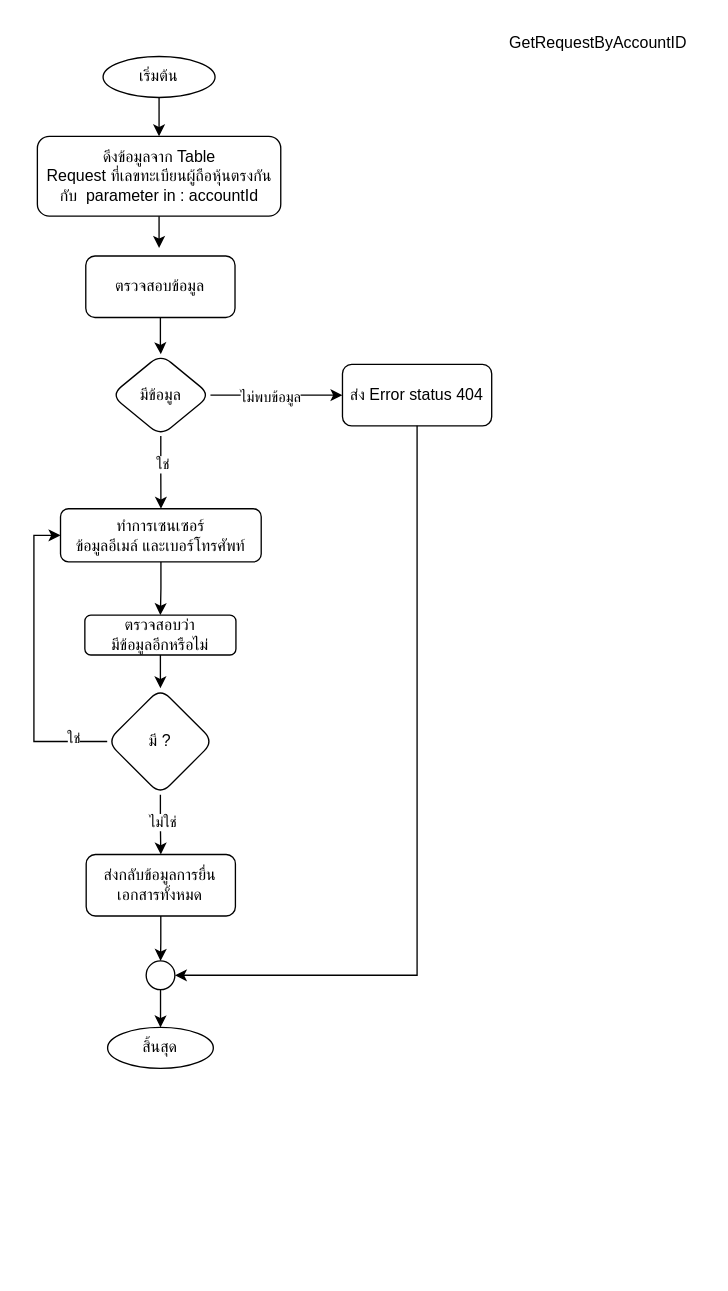
Earlier version of the draw.io diagram getRequestByCitizen.drawio (charifrodmanee/charifrodmanee). Source tidied: cells renumbered, new cells numbered last; positions are measured from the earlier drawing's top-left corner, leaving out a move shared by most shapes. Both pictures are drawn from the tidied source at 133%, with x=0, y=0 at pixel (33, 23).
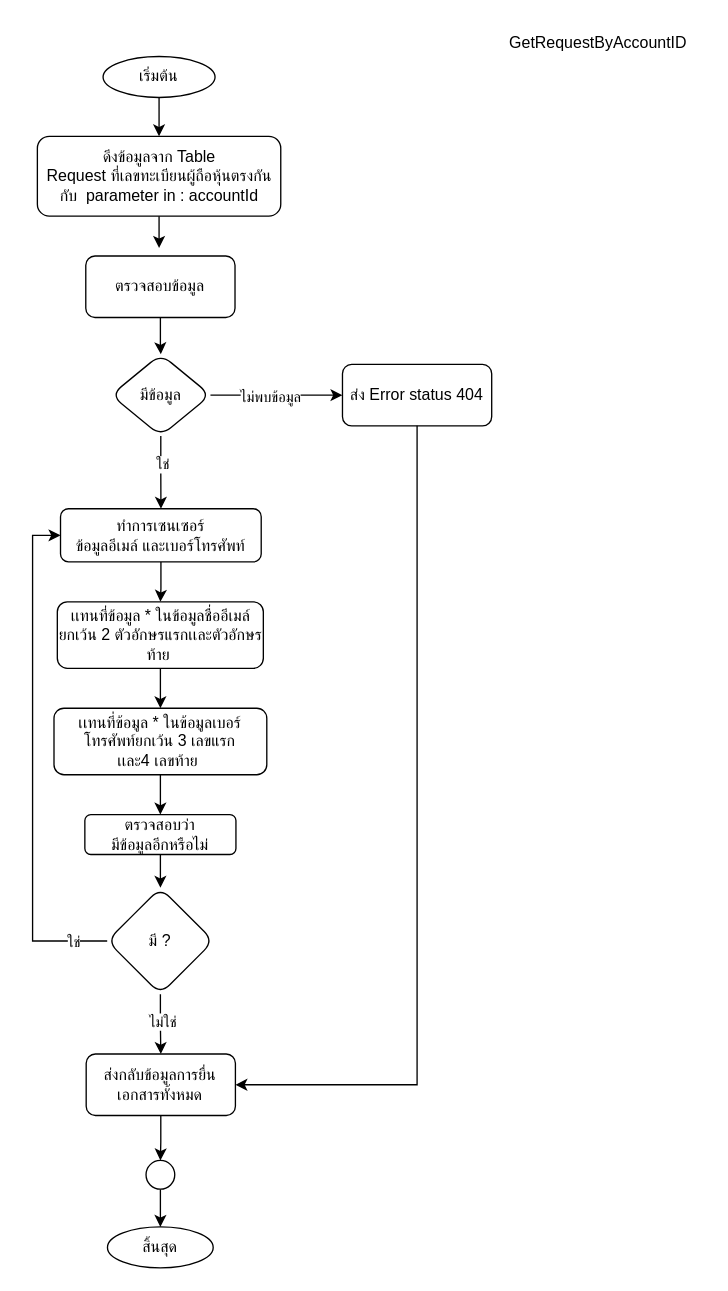
Above is the later version.

The change refers to these unchanged cells:
```xml
<mxCell id="9" value="มีข้อมูล" style="rhombus;whiteSpace=wrap;html=1;rounded=1;" parent="1" vertex="1">
  <mxGeometry x="58" y="248.8" width="74.8" height="61.5" as="geometry" />
</mxCell>
<mxCell id="10" value="ส่ง Error status 404" style="whiteSpace=wrap;html=1;rounded=1;" parent="1" vertex="1">
  <mxGeometry x="232" y="256.5" width="112.2" height="46.2" as="geometry" />
</mxCell>
<mxCell id="20" style="ellipse;whiteSpace=wrap;html=1;" parent="17" vertex="1">
  <mxGeometry x="29" width="21.6" height="21.6" as="geometry" />
</mxCell>
```

The edit, as a diff of the source:
```diff
@@
+    <mxCell id="15" value="ตรวจสอบข้อมูล" style="whiteSpace=wrap;html=1;rounded=1;" parent="1" vertex="1">
+      <mxGeometry x="39" y="175" width="112.2" height="46.2" as="geometry" />
+    </mxCell>
+    <mxCell id="16" style="edgeStyle=orthogonalEdgeStyle;rounded=0;jettySize=auto;html=1;endArrow=classic;endFill=1;" parent="1" edge="1" source="15" target="9">
+      <mxGeometry relative="1" as="geometry" />
+    </mxCell>
+    <mxCell id="21" style="edgeStyle=orthogonalEdgeStyle;rounded=0;jettySize=auto;html=1;entryX=1;entryY=0.5;entryDx=0;entryDy=0;endArrow=classic;endFill=1;" parent="1" edge="1" source="10" target="13">
+      <mxGeometry relative="1" as="geometry">
+        <Array as="points">
+          <mxPoint x="288" y="798" />
+        </Array>
+      </mxGeometry>
+    </mxCell>
+    <mxCell id="31" style="edgeStyle=orthogonalEdgeStyle;rounded=0;jettySize=auto;html=1;" parent="1" edge="1" source="23" target="34">
+      <mxGeometry relative="1" as="geometry" />
+    </mxCell>
+    <mxCell id="23" value="ทำการเซนเซอร์&lt;br&gt;ข้อมูลอีเมล์ และเบอร์โทรศัพท์" style="whiteSpace=wrap;html=1;rounded=1;" parent="1" vertex="1">
+      <mxGeometry x="20" y="365" width="150.9" height="40" as="geometry" />
+    </mxCell>
+    <mxCell id="28" style="edgeStyle=orthogonalEdgeStyle;rounded=0;jettySize=auto;html=1;entryX=0;entryY=0.5;entryDx=0;entryDy=0;" parent="1" edge="1" source="30" target="23">
+      <mxGeometry relative="1" as="geometry">
+        <Array as="points">
+          <mxPoint x="-1" y="690" />
+          <mxPoint x="-1" y="385" />
+        </Array>
+      </mxGeometry>
+    </mxCell>
+    <mxCell id="29" value="ใช่" style="edgeLabel;html=1;align=center;verticalAlign=middle;" parent="28" vertex="1">
+      <mxGeometry x="-0.77" y="-3" relative="1" as="geometry">
+        <mxPoint x="18" y="3" as="offset" />
+      </mxGeometry>
+    </mxCell>
+    <mxCell id="32" style="group;" parent="1" vertex="1">
+      <mxGeometry x="38.3" y="595" width="113.6" height="340.8" as="geometry" />
+    </mxCell>
-    <mxCell id="13" value="ส่งกลับข้อมูลการยื่นเอกสารทั้งหมด" style="whiteSpace=wrap;html=1;rounded=1;" parent="1" vertex="1">
-      <mxGeometry x="39.3" y="625" width="112.2" height="46.2" as="geometry" />
+    <mxCell id="13" value="ส่งกลับข้อมูลการยื่นเอกสารทั้งหมด" style="whiteSpace=wrap;html=1;rounded=1;" parent="32" vertex="1">
+      <mxGeometry x="1" y="180" width="112.2" height="46.2" as="geometry" />
     </mxCell>
-    <mxCell id="14" style="edgeStyle=orthogonalEdgeStyle;rounded=0;jettySize=auto;html=1;endArrow=classic;endFill=1;" parent="1" edge="1" source="13" target="20">
+    <mxCell id="14" style="edgeStyle=orthogonalEdgeStyle;rounded=0;jettySize=auto;html=1;endArrow=classic;endFill=1;" parent="32" edge="1" source="13" target="20">
       <mxGeometry relative="1" as="geometry" />
     </mxCell>
-    <mxCell id="15" value="ตรวจสอบข้อมูล" style="whiteSpace=wrap;html=1;rounded=1;" parent="1" vertex="1">
-      <mxGeometry x="39" y="175" width="112.2" height="46.2" as="geometry" />
-    </mxCell>
-    <mxCell id="16" style="edgeStyle=orthogonalEdgeStyle;rounded=0;jettySize=auto;html=1;endArrow=classic;endFill=1;" parent="1" edge="1" source="15" target="9">
-      <mxGeometry relative="1" as="geometry" />
-    </mxCell>
-    <mxCell id="17" style="group;" parent="1" vertex="1">
-      <mxGeometry x="55.4" y="705" width="79.5" height="80.8" as="geometry" />
+    <mxCell id="17" style="group;" parent="32" vertex="1">
+      <mxGeometry x="17" y="260" width="79.5" height="80.8" as="geometry" />
     </mxCell>
@@
-    <mxCell id="21" style="edgeStyle=orthogonalEdgeStyle;rounded=0;jettySize=auto;html=1;entryX=1;entryY=0.5;entryDx=0;entryDy=0;endArrow=classic;endFill=1;" parent="1" edge="1" source="10" target="20">
-      <mxGeometry relative="1" as="geometry">
-        <Array as="points">
-          <mxPoint x="288" y="716" />
-        </Array>
-      </mxGeometry>
-    </mxCell>
-    <mxCell id="22" style="edgeStyle=orthogonalEdgeStyle;rounded=0;jettySize=auto;html=1;" parent="1" edge="1" source="23" target="25">
-      <mxGeometry relative="1" as="geometry" />
-    </mxCell>
-    <mxCell id="23" value="ทำการเซนเซอร์&lt;br&gt;ข้อมูลอีเมล์ และเบอร์โทรศัพท์" style="whiteSpace=wrap;html=1;rounded=1;" parent="1" vertex="1">
-      <mxGeometry x="20" y="365" width="150.9" height="40" as="geometry" />
-    </mxCell>
-    <mxCell id="24" style="edgeStyle=orthogonalEdgeStyle;rounded=0;jettySize=auto;html=1;" parent="1" edge="1" source="25" target="30">
-      <mxGeometry relative="1" as="geometry" />
-    </mxCell>
-    <mxCell id="25" value="ตรวจสอบว่า&lt;br&gt;มีข้อมูลอีกหรือไม่" style="whiteSpace=wrap;html=1;rounded=1;" parent="1" vertex="1">
-      <mxGeometry x="38.3" y="445" width="113.6" height="30" as="geometry" />
+    <mxCell id="25" value="ตรวจสอบว่า&lt;br&gt;มีข้อมูลอีกหรือไม่" style="whiteSpace=wrap;html=1;rounded=1;" parent="32" vertex="1">
+      <mxGeometry width="113.6" height="30" as="geometry" />
     </mxCell>
-    <mxCell id="26" style="edgeStyle=orthogonalEdgeStyle;rounded=0;jettySize=auto;html=1;" parent="1" edge="1" source="30" target="13">
+    <mxCell id="26" style="edgeStyle=orthogonalEdgeStyle;rounded=0;jettySize=auto;html=1;" parent="32" edge="1" source="30" target="13">
       <mxGeometry relative="1" as="geometry" />
     </mxCell>
@@
-    <mxCell id="28" style="edgeStyle=orthogonalEdgeStyle;rounded=0;jettySize=auto;html=1;entryX=0;entryY=0.5;entryDx=0;entryDy=0;" parent="1" edge="1" source="30" target="23">
-      <mxGeometry relative="1" as="geometry">
-        <Array as="points">
-          <mxPoint y="540" />
-          <mxPoint y="385" />
-        </Array>
-      </mxGeometry>
-    </mxCell>
-    <mxCell id="29" value="ใช่" style="edgeLabel;html=1;align=center;verticalAlign=middle;" parent="28" vertex="1">
-      <mxGeometry x="-0.77" y="-3" relative="1" as="geometry" />
-    </mxCell>
-    <mxCell id="30" value="มี ?" style="rhombus;whiteSpace=wrap;html=1;rounded=1;" parent="1" vertex="1">
-      <mxGeometry x="55.1" y="500" width="80" height="80" as="geometry" />
+    <mxCell id="30" value="มี ?" style="rhombus;whiteSpace=wrap;html=1;rounded=1;" parent="32" vertex="1">
+      <mxGeometry x="16.8" y="55" width="80" height="80" as="geometry" />
     </mxCell>
+    <mxCell id="24" style="edgeStyle=orthogonalEdgeStyle;rounded=0;jettySize=auto;html=1;" parent="32" edge="1" source="25" target="30">
+      <mxGeometry relative="1" as="geometry" />
+    </mxCell>
+    <mxCell id="33" style="edgeStyle=orthogonalEdgeStyle;rounded=0;jettySize=auto;html=1;" parent="1" edge="1" source="34" target="36">
+      <mxGeometry relative="1" as="geometry" />
+    </mxCell>
+    <mxCell id="34" value="เเทนที่ข้อมูล * ในข้อมูลชื่ออีเมล์ยกเว้น 2 ตัวอักษรแรกเเละตัวอักษรท้าย&amp;nbsp;" style="whiteSpace=wrap;html=1;rounded=1;" parent="1" vertex="1">
+      <mxGeometry x="17.6" y="435" width="154.9" height="50" as="geometry" />
+    </mxCell>
+    <mxCell id="35" style="edgeStyle=orthogonalEdgeStyle;rounded=0;jettySize=auto;html=1;entryX=0.5;entryY=0;entryDx=0;entryDy=0;" parent="1" edge="1" source="36" target="25">
+      <mxGeometry relative="1" as="geometry" />
+    </mxCell>
+    <mxCell id="36" value="เเทนที่ข้อมูล * ในข้อมูลเบอร์โทรศัพท์ยกเว้น 3&amp;nbsp;เลขแรก&lt;br&gt;เเละ4 เลขท้าย&amp;nbsp;" style="whiteSpace=wrap;html=1;rounded=1;" parent="1" vertex="1">
+      <mxGeometry x="15.1" y="515" width="160" height="50" as="geometry" />
+    </mxCell>
```
